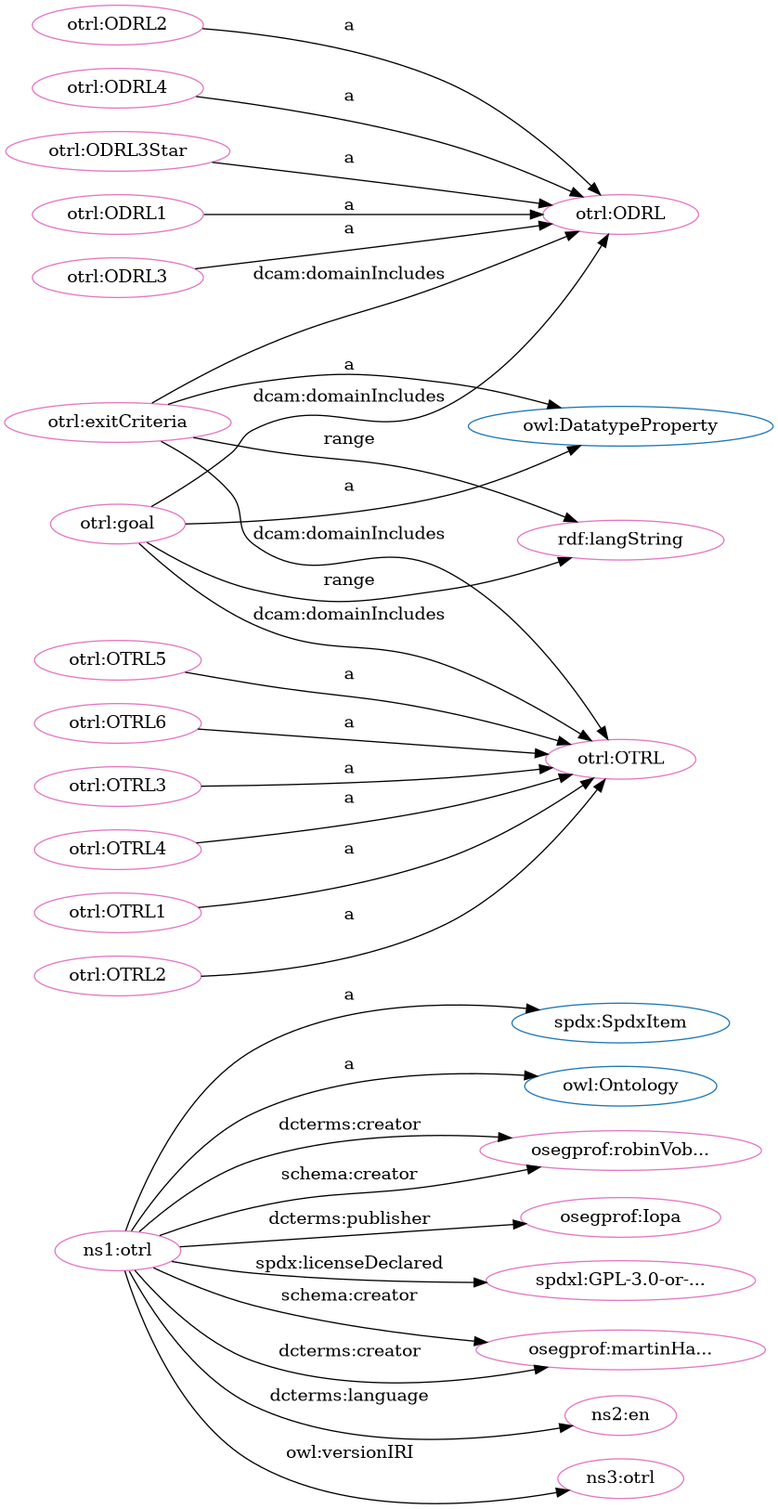
This is src/spec/dot_otrl.png from iop-alliance/OpenKnowHow, a Graphviz export, as it was before one commit. Its source is kept beside it as src/spec/dot_otrl.dot.
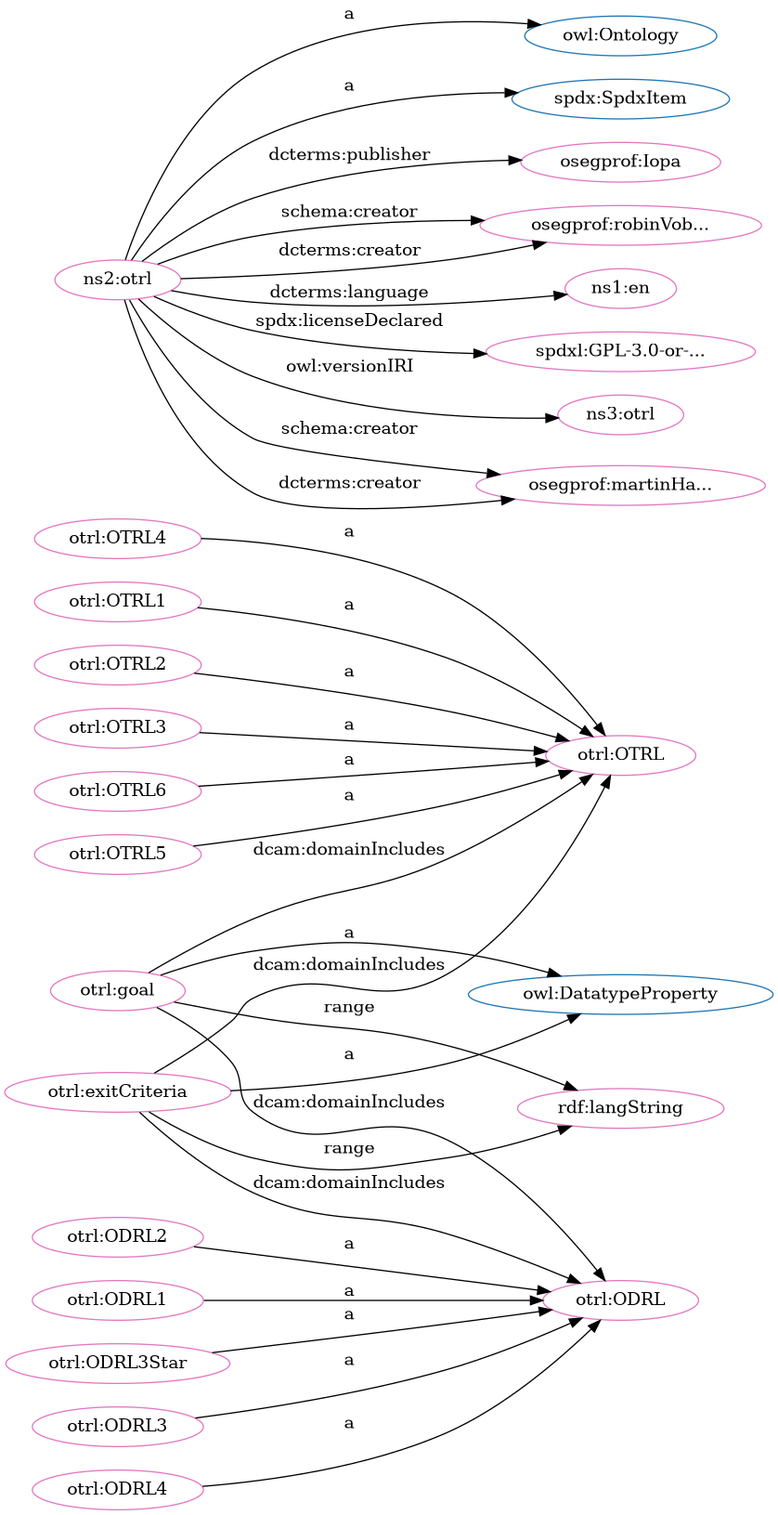
The same file after the commit.

Diff of the diagram source:
```diff
@@ -1,61 +1,61 @@
 digraph G {
   rankdir=BT
   node[height=.3]
+"http://w3id.org/oseg/ont/otrl#OTRL" [fillcolor="#1f77b4" color="#1f77b4" label="otrl:OTRL"]
+"http://www.w3.org/2002/07/owl#Ontology" [fillcolor="#1f77b4" color="#1f77b4" label="owl:Ontology"]
 "http://spdx.org/rdf/terms#SpdxItem" [fillcolor="#1f77b4" color="#1f77b4" label="spdx:SpdxItem"]
 "http://w3id.org/oseg/ont/otrl#ODRL" [fillcolor="#1f77b4" color="#1f77b4" label="otrl:ODRL"]
 "http://www.w3.org/2002/07/owl#DatatypeProperty" [fillcolor="#1f77b4" color="#1f77b4" label="owl:DatatypeProperty"]
-"http://w3id.org/oseg/ont/otrl#OTRL" [fillcolor="#1f77b4" color="#1f77b4" label="otrl:OTRL"]
-"http://www.w3.org/2002/07/owl#Ontology" [fillcolor="#1f77b4" color="#1f77b4" label="owl:Ontology"]
-"http://w3id.org/oseg/ont/otrl#ODRL3" [fillcolor="#e377c2" color="#e377c2" label="otrl:ODRL3"]
+"http://w3id.org/oseg/ont/oseg-profiles#Iopa" [fillcolor="#e377c2" color="#e377c2" label="osegprof:Iopa"]
 "http://w3id.org/oseg/ont/oseg-profiles#robinVobruba" [fillcolor="#e377c2" color="#e377c2" label="osegprof:robinVob..."]
-"http://w3id.org/oseg/ont/oseg-profiles#Iopa" [fillcolor="#e377c2" color="#e377c2" label="osegprof:Iopa"]
+"http://w3id.org/oseg/ont/otrl#ODRL" [fillcolor="#e377c2" color="#e377c2" label="otrl:ODRL"]
+"http://w3id.org/oseg/ont/otrl#OTRL" [fillcolor="#e377c2" color="#e377c2" label="otrl:OTRL"]
+"http://w3id.org/oseg/ont/otrl#goal" [fillcolor="#e377c2" color="#e377c2" label="otrl:goal"]
+"http://w3id.org/oseg/ont/otrl#OTRL3" [fillcolor="#e377c2" color="#e377c2" label="otrl:OTRL3"]
+"http://w3id.org/oseg/ont/otrl#OTRL6" [fillcolor="#e377c2" color="#e377c2" label="otrl:OTRL6"]
+"http://w3id.org/oseg/ont/otrl#ODRL2" [fillcolor="#e377c2" color="#e377c2" label="otrl:ODRL2"]
+"http://id.loc.gov/vocabulary/iso639-1/en" [fillcolor="#e377c2" color="#e377c2" label="ns1:en"]
+"http://w3id.org/oseg/ont/otrl#OTRL5" [fillcolor="#e377c2" color="#e377c2" label="otrl:OTRL5"]
+"http://w3id.org/oseg/ont/otrl" [fillcolor="#e377c2" color="#e377c2" label="ns2:otrl"]
 "http://w3id.org/oseg/ont/otrl#exitCriteria" [fillcolor="#e377c2" color="#e377c2" label="otrl:exitCriteria"]
-"http://w3id.org/oseg/ont/otrl#ODRL" [fillcolor="#e377c2" color="#e377c2" label="otrl:ODRL"]
-"http://w3id.org/oseg/ont/otrl#ODRL2" [fillcolor="#e377c2" color="#e377c2" label="otrl:ODRL2"]
-"http://w3id.org/oseg/ont/otrl#goal" [fillcolor="#e377c2" color="#e377c2" label="otrl:goal"]
-"http://spdx.org/licenses/GPL-3.0-or-later" [fillcolor="#e377c2" color="#e377c2" label="spdxl:GPL-3.0-or-..."]
+"http://w3id.org/oseg/ont/otrl#ODRL1" [fillcolor="#e377c2" color="#e377c2" label="otrl:ODRL1"]
+"http://w3id.org/oseg/ont/otrl#ODRL3Star" [fillcolor="#e377c2" color="#e377c2" label="otrl:ODRL3Star"]
 "http://w3id.org/oseg/ont/otrl#OTRL4" [fillcolor="#e377c2" color="#e377c2" label="otrl:OTRL4"]
-"http://w3id.org/oseg/ont/otrl" [fillcolor="#e377c2" color="#e377c2" label="ns1:otrl"]
-"http://w3id.org/oseg/ont/otrl#ODRL4" [fillcolor="#e377c2" color="#e377c2" label="otrl:ODRL4"]
 "http://w3id.org/oseg/ont/otrl#OTRL1" [fillcolor="#e377c2" color="#e377c2" label="otrl:OTRL1"]
 "http://w3id.org/oseg/ont/otrl#OTRL2" [fillcolor="#e377c2" color="#e377c2" label="otrl:OTRL2"]
+"http://spdx.org/licenses/GPL-3.0-or-later" [fillcolor="#e377c2" color="#e377c2" label="spdxl:GPL-3.0-or-..."]
+"http://www.w3.org/1999/02/22-rdf-syntax-ns#langString" [fillcolor="#e377c2" color="#e377c2" label="rdf:langString"]
+"http://w3id.org/oseg/ont/1.1.0/otrl" [fillcolor="#e377c2" color="#e377c2" label="ns3:otrl"]
+"http://w3id.org/oseg/ont/otrl#ODRL3" [fillcolor="#e377c2" color="#e377c2" label="otrl:ODRL3"]
 "http://w3id.org/oseg/ont/oseg-profiles#martinHaeuer" [fillcolor="#e377c2" color="#e377c2" label="osegprof:martinHa..."]
-"http://www.w3.org/1999/02/22-rdf-syntax-ns#langString" [fillcolor="#e377c2" color="#e377c2" label="rdf:langString"]
-"http://w3id.org/oseg/ont/otrl#OTRL5" [fillcolor="#e377c2" color="#e377c2" label="otrl:OTRL5"]
-"http://w3id.org/oseg/ont/otrl#OTRL" [fillcolor="#e377c2" color="#e377c2" label="otrl:OTRL"]
-"http://w3id.org/oseg/ont/otrl#OTRL6" [fillcolor="#e377c2" color="#e377c2" label="otrl:OTRL6"]
-"http://id.loc.gov/vocabulary/iso639-1/en" [fillcolor="#e377c2" color="#e377c2" label="ns2:en"]
-"http://w3id.org/oseg/ont/1.1.0/otrl" [fillcolor="#e377c2" color="#e377c2" label="ns3:otrl"]
-"http://w3id.org/oseg/ont/otrl#ODRL3Star" [fillcolor="#e377c2" color="#e377c2" label="otrl:ODRL3Star"]
-"http://w3id.org/oseg/ont/otrl#ODRL1" [fillcolor="#e377c2" color="#e377c2" label="otrl:ODRL1"]
-"http://w3id.org/oseg/ont/otrl#OTRL3" [fillcolor="#e377c2" color="#e377c2" label="otrl:OTRL3"]
-  "http://w3id.org/oseg/ont/otrl#ODRL3" -> "http://w3id.org/oseg/ont/otrl#ODRL" [label="a"]
+"http://w3id.org/oseg/ont/otrl#ODRL4" [fillcolor="#e377c2" color="#e377c2" label="otrl:ODRL4"]
+  "http://w3id.org/oseg/ont/otrl" -> "http://w3id.org/oseg/ont/oseg-profiles#Iopa" [label="dcterms:publisher"]
+  "http://w3id.org/oseg/ont/otrl#exitCriteria" -> "http://w3id.org/oseg/ont/otrl#ODRL" [label="dcam:domainIncludes"]
+  "http://w3id.org/oseg/ont/otrl#goal" -> "http://www.w3.org/2002/07/owl#DatatypeProperty" [label="a"]
+  "http://w3id.org/oseg/ont/otrl#OTRL6" -> "http://w3id.org/oseg/ont/otrl#OTRL" [label="a"]
+  "http://w3id.org/oseg/ont/otrl#ODRL2" -> "http://w3id.org/oseg/ont/otrl#ODRL" [label="a"]
+  "http://w3id.org/oseg/ont/otrl#OTRL5" -> "http://w3id.org/oseg/ont/otrl#OTRL" [label="a"]
   "http://w3id.org/oseg/ont/otrl#exitCriteria" -> "http://www.w3.org/2002/07/owl#DatatypeProperty" [label="a"]
   "http://w3id.org/oseg/ont/otrl#OTRL4" -> "http://w3id.org/oseg/ont/otrl#OTRL" [label="a"]
-  "http://w3id.org/oseg/ont/otrl#ODRL4" -> "http://w3id.org/oseg/ont/otrl#ODRL" [label="a"]
   "http://w3id.org/oseg/ont/otrl#OTRL1" -> "http://w3id.org/oseg/ont/otrl#OTRL" [label="a"]
   "http://w3id.org/oseg/ont/otrl#OTRL2" -> "http://w3id.org/oseg/ont/otrl#OTRL" [label="a"]
+  "http://w3id.org/oseg/ont/otrl" -> "http://spdx.org/licenses/GPL-3.0-or-later" [label="spdx:licenseDeclared"]
+  "http://w3id.org/oseg/ont/otrl#ODRL3" -> "http://w3id.org/oseg/ont/otrl#ODRL" [label="a"]
+  "http://w3id.org/oseg/ont/otrl" -> "http://w3id.org/oseg/ont/oseg-profiles#robinVobruba" [label="schema:creator"]
+  "http://w3id.org/oseg/ont/otrl#ODRL4" -> "http://w3id.org/oseg/ont/otrl#ODRL" [label="a"]
+  "http://w3id.org/oseg/ont/otrl" -> "http://w3id.org/oseg/ont/oseg-profiles#robinVobruba" [label="dcterms:creator"]
+  "http://w3id.org/oseg/ont/otrl#goal" -> "http://w3id.org/oseg/ont/otrl#OTRL" [label="dcam:domainIncludes"]
+  "http://w3id.org/oseg/ont/otrl#OTRL3" -> "http://w3id.org/oseg/ont/otrl#OTRL" [label="a"]
+  "http://w3id.org/oseg/ont/otrl" -> "http://id.loc.gov/vocabulary/iso639-1/en" [label="dcterms:language"]
+  "http://w3id.org/oseg/ont/otrl" -> "http://www.w3.org/2002/07/owl#Ontology" [label="a"]
+  "http://w3id.org/oseg/ont/otrl#ODRL1" -> "http://w3id.org/oseg/ont/otrl#ODRL" [label="a"]
+  "http://w3id.org/oseg/ont/otrl#ODRL3Star" -> "http://w3id.org/oseg/ont/otrl#ODRL" [label="a"]
+  "http://w3id.org/oseg/ont/otrl" -> "http://spdx.org/rdf/terms#SpdxItem" [label="a"]
+  "http://w3id.org/oseg/ont/otrl#exitCriteria" -> "http://w3id.org/oseg/ont/otrl#OTRL" [label="dcam:domainIncludes"]
+  "http://w3id.org/oseg/ont/otrl#goal" -> "http://www.w3.org/1999/02/22-rdf-syntax-ns#langString" [label="range"]
+  "http://w3id.org/oseg/ont/otrl" -> "http://w3id.org/oseg/ont/1.1.0/otrl" [label="owl:versionIRI"]
   "http://w3id.org/oseg/ont/otrl" -> "http://w3id.org/oseg/ont/oseg-profiles#martinHaeuer" [label="schema:creator"]
   "http://w3id.org/oseg/ont/otrl#exitCriteria" -> "http://www.w3.org/1999/02/22-rdf-syntax-ns#langString" [label="range"]
-  "http://w3id.org/oseg/ont/otrl#OTRL5" -> "http://w3id.org/oseg/ont/otrl#OTRL" [label="a"]
-  "http://w3id.org/oseg/ont/otrl" -> "http://w3id.org/oseg/ont/1.1.0/otrl" [label="owl:versionIRI"]
-  "http://w3id.org/oseg/ont/otrl#exitCriteria" -> "http://w3id.org/oseg/ont/otrl#OTRL" [label="dcam:domainIncludes"]
-  "http://w3id.org/oseg/ont/otrl#ODRL3Star" -> "http://w3id.org/oseg/ont/otrl#ODRL" [label="a"]
-  "http://w3id.org/oseg/ont/otrl#goal" -> "http://www.w3.org/1999/02/22-rdf-syntax-ns#langString" [label="range"]
-  "http://w3id.org/oseg/ont/otrl#OTRL3" -> "http://w3id.org/oseg/ont/otrl#OTRL" [label="a"]
-  "http://w3id.org/oseg/ont/otrl" -> "http://w3id.org/oseg/ont/oseg-profiles#robinVobruba" [label="dcterms:creator"]
-  "http://w3id.org/oseg/ont/otrl" -> "http://w3id.org/oseg/ont/oseg-profiles#Iopa" [label="dcterms:publisher"]
-  "http://w3id.org/oseg/ont/otrl#exitCriteria" -> "http://w3id.org/oseg/ont/otrl#ODRL" [label="dcam:domainIncludes"]
-  "http://w3id.org/oseg/ont/otrl#ODRL2" -> "http://w3id.org/oseg/ont/otrl#ODRL" [label="a"]
-  "http://w3id.org/oseg/ont/otrl#goal" -> "http://www.w3.org/2002/07/owl#DatatypeProperty" [label="a"]
-  "http://w3id.org/oseg/ont/otrl" -> "http://spdx.org/licenses/GPL-3.0-or-later" [label="spdx:licenseDeclared"]
-  "http://w3id.org/oseg/ont/otrl" -> "http://www.w3.org/2002/07/owl#Ontology" [label="a"]
-  "http://w3id.org/oseg/ont/otrl" -> "http://spdx.org/rdf/terms#SpdxItem" [label="a"]
-  "http://w3id.org/oseg/ont/otrl#goal" -> "http://w3id.org/oseg/ont/otrl#OTRL" [label="dcam:domainIncludes"]
-  "http://w3id.org/oseg/ont/otrl#OTRL6" -> "http://w3id.org/oseg/ont/otrl#OTRL" [label="a"]
   "http://w3id.org/oseg/ont/otrl" -> "http://w3id.org/oseg/ont/oseg-profiles#martinHaeuer" [label="dcterms:creator"]
-  "http://w3id.org/oseg/ont/otrl" -> "http://id.loc.gov/vocabulary/iso639-1/en" [label="dcterms:language"]
   "http://w3id.org/oseg/ont/otrl#goal" -> "http://w3id.org/oseg/ont/otrl#ODRL" [label="dcam:domainIncludes"]
-  "http://w3id.org/oseg/ont/otrl" -> "http://w3id.org/oseg/ont/oseg-profiles#robinVobruba" [label="schema:creator"]
-  "http://w3id.org/oseg/ont/otrl#ODRL1" -> "http://w3id.org/oseg/ont/otrl#ODRL" [label="a"]
 }
```
